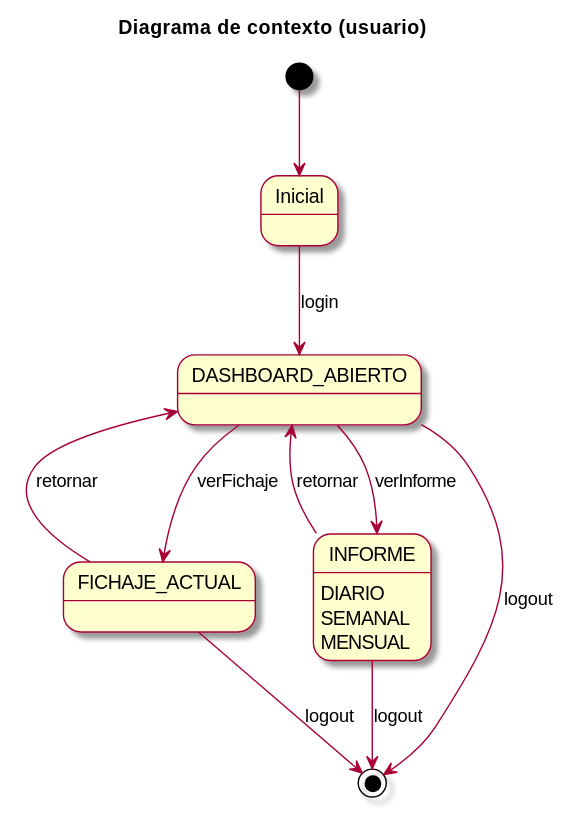
The PlantUML diagram imagenes/casosDeUso/diagramaContexto(usuario).svg in mmasias/23-24-IdSw1-SDR, before a commit.
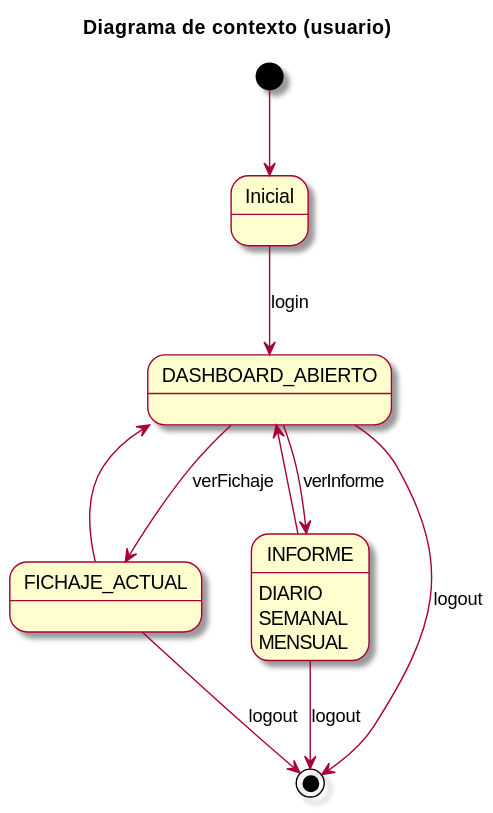
Above is the later version.

Commit message:
diagramas de contexto actualizados

Diff of the diagram source:
```diff
@@ -12,8 +12,8 @@
 INFORME : DIARIO
 INFORME : SEMANAL
 INFORME : MENSUAL
-DASHBOARD_ABIERTO <-- FICHAJE_ACTUAL : retornar
-DASHBOARD_ABIERTO <-- INFORME : retornar
+DASHBOARD_ABIERTO <-- FICHAJE_ACTUAL
+DASHBOARD_ABIERTO <-- INFORME
 
 
 DASHBOARD_ABIERTO --> [*] : logout
```
